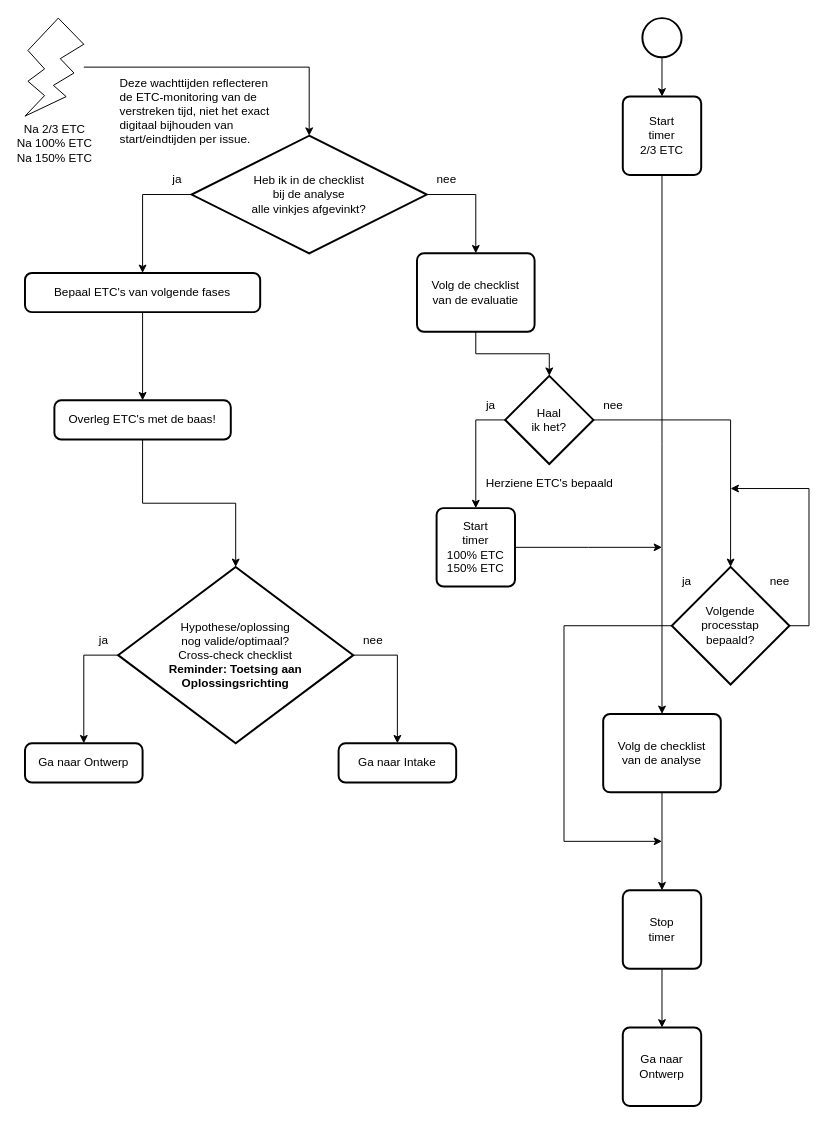
This is 2 Issue Tracker analyse.drawio from Zaibatsu89/IssueTracker, a draw.io file, before an edit. Source tidied: cells renumbered, new cells numbered last; positions are measured from the earlier drawing's top-left corner, leaving out a move shared by most shapes. Both pictures are drawn from the tidied source at 98%, with x=0, y=0 at pixel (24, 18).
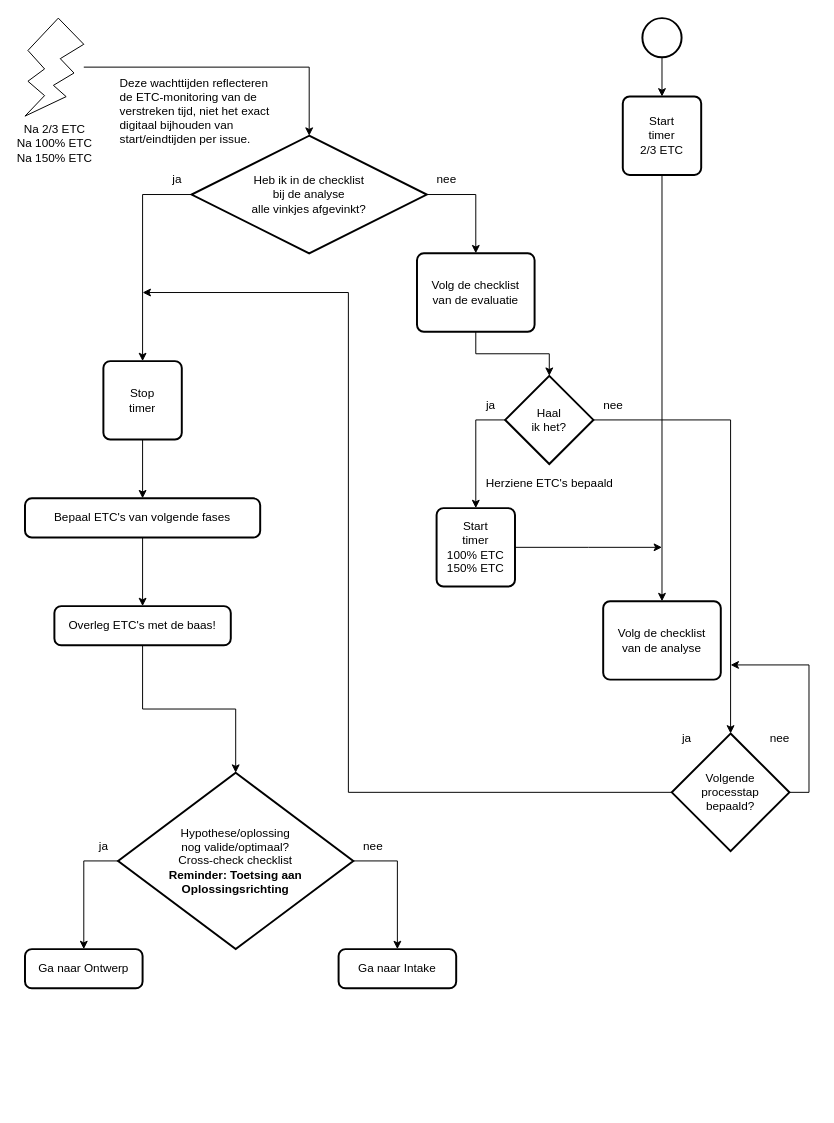
The same diagram, later.

Commit message (it also covers changes not shown here):
Verplaats "Heb ik in de checklist bij de intake alle vinkjes afgevinkt?" van "Volg de checklist van de intake" naar "Bevindingen delen" in flowcharts

Unchanged cells that the change refers to:
```xml
<mxCell id="6" value="Heb ik in de checklist&lt;br&gt;bij de analyse&lt;br&gt;alle vinkjes afgevinkt?" style="strokeWidth=2;html=1;shape=mxgraph.flowchart.decision;whiteSpace=wrap;" parent="1" vertex="1">
  <mxGeometry x="170" y="120" width="240" height="120" as="geometry" />
</mxCell>
<mxCell id="29" value="Start&lt;br&gt;timer&lt;br&gt;2/3 ETC" style="rounded=1;whiteSpace=wrap;html=1;absoluteArcSize=1;arcSize=14;strokeWidth=2;" parent="1" vertex="1">
  <mxGeometry x="610" y="80" width="80" height="80" as="geometry" />
</mxCell>
```

Change to the diagram source:
```diff
@@
-    <mxCell id="5" style="edgeStyle=orthogonalEdgeStyle;rounded=0;jettySize=auto;html=1;exitX=0;exitY=0.5;exitDx=0;exitDy=0;exitPerimeter=0;entryX=0.5;entryY=0;entryDx=0;entryDy=0;" parent="1" edge="1" source="6" target="12">
-      <mxGeometry relative="1" as="geometry" />
-    </mxCell>
+    <mxCell id="45" style="edgeStyle=orthogonalEdgeStyle;rounded=0;jettySize=auto;html=1;exitX=0;exitY=0.5;exitDx=0;exitDy=0;exitPerimeter=0;entryX=0.5;entryY=0;entryDx=0;entryDy=0;" parent="1" edge="1" source="6" target="38">
+      <mxGeometry relative="1" as="geometry" />
+    </mxCell>
@@
     <mxCell id="7" value="Ga naar Ontwerp" style="rounded=1;whiteSpace=wrap;html=1;absoluteArcSize=1;arcSize=14;strokeWidth=2;" parent="1" vertex="1">
-      <mxGeometry y="740" width="120" height="40" as="geometry" />
+      <mxGeometry y="950" width="120" height="40" as="geometry" />
     </mxCell>
@@
     <mxCell id="10" value="Overleg ETC's met de baas!" style="rounded=1;whiteSpace=wrap;html=1;absoluteArcSize=1;arcSize=14;strokeWidth=2;" parent="1" vertex="1">
-      <mxGeometry x="30" y="390" width="180" height="40" as="geometry" />
+      <mxGeometry x="30" y="600" width="180" height="40" as="geometry" />
     </mxCell>
@@
     <mxCell id="12" value="Bepaal ETC's van volgende fases" style="rounded=1;whiteSpace=wrap;html=1;absoluteArcSize=1;arcSize=14;strokeWidth=2;" parent="1" vertex="1">
-      <mxGeometry y="260" width="240" height="40" as="geometry" />
+      <mxGeometry y="490" width="240" height="40" as="geometry" />
     </mxCell>
@@
     <mxCell id="15" value="Hypothese/oplossing&lt;br&gt;nog valide/optimaal?&lt;br&gt;Cross-check checklist&lt;br&gt;&lt;b&gt;Reminder: Toetsing aan Oplossingsrichting&lt;/b&gt;" style="strokeWidth=2;html=1;shape=mxgraph.flowchart.decision;whiteSpace=wrap;" parent="1" vertex="1">
-      <mxGeometry x="95" y="560" width="240" height="180" as="geometry" />
+      <mxGeometry x="95" y="770" width="240" height="180" as="geometry" />
     </mxCell>
     <mxCell id="16" value="ja" style="text;html=1;align=center;verticalAlign=middle;strokeColor=none;fillColor=none;" parent="1" vertex="1">
-      <mxGeometry x="65" y="620" width="30" height="30" as="geometry" />
+      <mxGeometry x="65" y="830" width="30" height="30" as="geometry" />
     </mxCell>
     <mxCell id="17" value="Ga naar Intake" style="rounded=1;whiteSpace=wrap;html=1;absoluteArcSize=1;arcSize=14;strokeWidth=2;" parent="1" vertex="1">
-      <mxGeometry x="320" y="740" width="120" height="40" as="geometry" />
+      <mxGeometry x="320" y="950" width="120" height="40" as="geometry" />
     </mxCell>
     <mxCell id="18" value="nee" style="text;html=1;align=center;verticalAlign=middle;strokeColor=none;fillColor=none;" parent="1" vertex="1">
-      <mxGeometry x="335" y="620" width="40" height="30" as="geometry" />
+      <mxGeometry x="335" y="830" width="40" height="30" as="geometry" />
     </mxCell>
-    <mxCell id="19" style="edgeStyle=orthogonalEdgeStyle;rounded=0;jettySize=auto;html=1;exitX=0.5;exitY=1;exitDx=0;exitDy=0;entryX=0.5;entryY=0;entryDx=0;entryDy=0;entryPerimeter=0;" parent="1" edge="1" source="10" target="15">
-      <mxGeometry relative="1" as="geometry" />
-    </mxCell>
@@
-    <mxCell id="25" style="edgeStyle=orthogonalEdgeStyle;rounded=0;jettySize=auto;html=1;entryX=0.5;entryY=0;entryDx=0;entryDy=0;" parent="1" edge="1" source="26" target="38">
-      <mxGeometry relative="1" as="geometry" />
-    </mxCell>
-    <mxCell id="26" value="Volg de checklist&lt;br&gt;van de analyse" style="rounded=1;whiteSpace=wrap;html=1;absoluteArcSize=1;arcSize=14;strokeWidth=2;" parent="1" vertex="1">
-      <mxGeometry x="590" y="710" width="120" height="80" as="geometry" />
-    </mxCell>
-    <mxCell id="27" value="Ga naar&lt;br&gt;Ontwerp" style="rounded=1;whiteSpace=wrap;html=1;absoluteArcSize=1;arcSize=14;strokeWidth=2;" parent="1" vertex="1">
-      <mxGeometry x="610" y="1030" width="80" height="80" as="geometry" />
-    </mxCell>
-    <mxCell id="28" style="edgeStyle=orthogonalEdgeStyle;rounded=0;jettySize=auto;html=1;" parent="1" edge="1" source="29">
-      <mxGeometry relative="1" as="geometry">
-        <mxPoint x="650" y="710" as="targetPoint" />
-      </mxGeometry>
-    </mxCell>
@@
-    <mxCell id="37" style="edgeStyle=orthogonalEdgeStyle;rounded=0;jettySize=auto;html=1;entryX=0.5;entryY=0;entryDx=0;entryDy=0;" parent="1" edge="1" source="38" target="27">
-      <mxGeometry relative="1" as="geometry" />
-    </mxCell>
+    <mxCell id="46" style="edgeStyle=orthogonalEdgeStyle;rounded=0;jettySize=auto;html=1;" parent="1" edge="1" source="38" target="12">
+      <mxGeometry relative="1" as="geometry" />
+    </mxCell>
     <mxCell id="38" value="Stop&lt;br&gt;timer" style="rounded=1;whiteSpace=wrap;html=1;absoluteArcSize=1;arcSize=14;strokeWidth=2;" parent="1" vertex="1">
-      <mxGeometry x="610" y="890" width="80" height="80" as="geometry" />
+      <mxGeometry x="80" y="350" width="80" height="80" as="geometry" />
     </mxCell>
     <mxCell id="39" style="edgeStyle=orthogonalEdgeStyle;rounded=0;jettySize=auto;html=1;exitX=1;exitY=0.5;exitDx=0;exitDy=0;exitPerimeter=0;" parent="1" edge="1" source="41">
       <mxGeometry relative="1" as="geometry">
-        <mxPoint x="720" y="480" as="targetPoint" />
+        <mxPoint x="720" y="660" as="targetPoint" />
         <Array as="points">
-          <mxPoint x="800" y="620" />
-          <mxPoint x="800" y="480" />
+          <mxPoint x="800" y="790" />
+          <mxPoint x="800" y="660" />
+          <mxPoint x="720" y="660" />
         </Array>
       </mxGeometry>
     </mxCell>
     <mxCell id="40" style="edgeStyle=orthogonalEdgeStyle;rounded=0;jettySize=auto;html=1;exitX=0;exitY=0.5;exitDx=0;exitDy=0;exitPerimeter=0;" parent="1" edge="1" source="41">
       <mxGeometry relative="1" as="geometry">
-        <mxPoint x="650" y="840" as="targetPoint" />
+        <mxPoint x="120" y="280" as="targetPoint" />
         <Array as="points">
-          <mxPoint x="550" y="620" />
-          <mxPoint x="550" y="840" />
+          <mxPoint x="330" y="790" />
+          <mxPoint x="330" y="280" />
         </Array>
       </mxGeometry>
     </mxCell>
     <mxCell id="41" value="Volgende&lt;br&gt;processtap&lt;br&gt;bepaald?" style="strokeWidth=2;html=1;shape=mxgraph.flowchart.decision;whiteSpace=wrap;" parent="1" vertex="1">
-      <mxGeometry x="660" y="560" width="120" height="120" as="geometry" />
+      <mxGeometry x="660" y="730" width="120" height="120" as="geometry" />
     </mxCell>
@@
     <mxCell id="43" value="nee" style="text;html=1;align=center;verticalAlign=middle;strokeColor=none;fillColor=none;" parent="1" vertex="1">
-      <mxGeometry x="750" y="560" width="40" height="30" as="geometry" />
+      <mxGeometry x="750" y="720" width="40" height="30" as="geometry" />
     </mxCell>
     <mxCell id="44" value="ja" style="text;html=1;align=center;verticalAlign=middle;strokeColor=none;fillColor=none;" parent="1" vertex="1">
-      <mxGeometry x="660" y="560" width="30" height="30" as="geometry" />
+      <mxGeometry x="660" y="720" width="30" height="30" as="geometry" />
     </mxCell>
+    <mxCell id="47" style="edgeStyle=orthogonalEdgeStyle;rounded=0;jettySize=auto;html=1;" parent="1" edge="1" source="29" target="26">
+      <mxGeometry relative="1" as="geometry" />
+    </mxCell>
+    <mxCell id="26" value="Volg de checklist&lt;br&gt;van de analyse" style="rounded=1;whiteSpace=wrap;html=1;absoluteArcSize=1;arcSize=14;strokeWidth=2;" parent="1" vertex="1">
+      <mxGeometry x="590" y="595" width="120" height="80" as="geometry" />
+    </mxCell>
+    <mxCell id="19" style="edgeStyle=orthogonalEdgeStyle;rounded=0;jettySize=auto;html=1;entryX=0.5;entryY=0;entryDx=0;entryDy=0;entryPerimeter=0;" parent="1" edge="1" source="10" target="15">
+      <mxGeometry relative="1" as="geometry" />
+    </mxCell>
```
